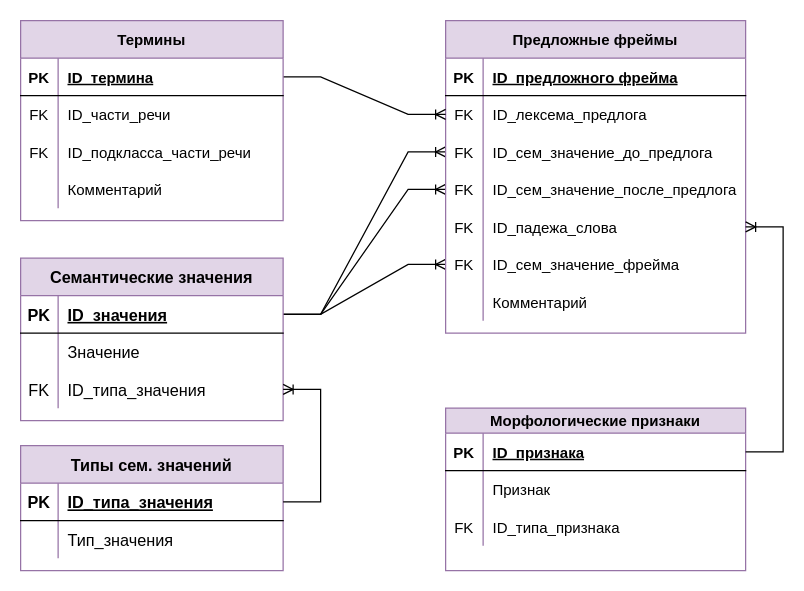
Earlier version of the draw.io diagram Схема ЛБД/v3/Словарь предложных фреймов v3.drawio (docNemo/diplom). Source tidied: cells renumbered, new cells numbered last; positions are measured from the earlier drawing's top-left corner, leaving out a move shared by most shapes. Both pictures are drawn from the tidied source at 125%, with x=0, y=0 at pixel (20, 20).
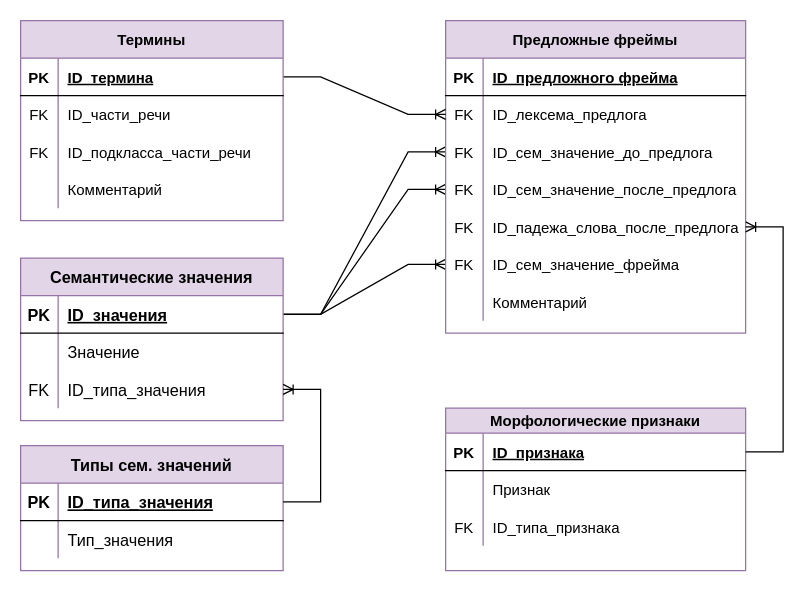
The same diagram, later.

The change refers to these unchanged cells:
```xml
<mxCell id="18" style="shape=tableRow;horizontal=0;startSize=0;swimlaneHead=0;swimlaneBody=0;fillColor=none;points=[[0,0.5],[1,0.5]];portConstraint=eastwest;top=0;left=0;right=0;bottom=0;" parent="5" vertex="1">
  <mxGeometry y="150" width="240" height="30" as="geometry" />
</mxCell>
```

Change to the diagram source:
```diff
@@
-    <mxCell id="20" value="ID_падежа_слова" style="shape=partialRectangle;fillColor=none;top=0;left=0;bottom=0;right=0;align=left;spacingLeft=6;overflow=hidden;" parent="18" vertex="1">
+    <mxCell id="20" value="ID_падежа_слова_после_предлога" style="shape=partialRectangle;fillColor=none;top=0;left=0;bottom=0;right=0;align=left;spacingLeft=6;overflow=hidden;" parent="18" vertex="1">
       <mxGeometry x="30" width="210" height="30" as="geometry" />
     </mxCell>
```
